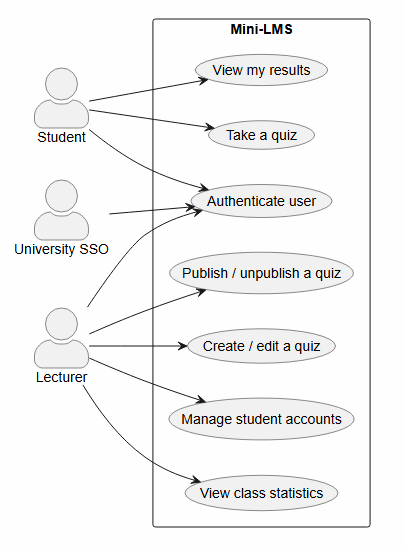
This is docs/diagrams/use-case.png from SE-FDA-NEU-AI66B/AI66B-G3-D3-Mini-LMS, a PlantUML export, as it was before one commit. Its source is kept beside it as docs/diagrams/use-case.puml.
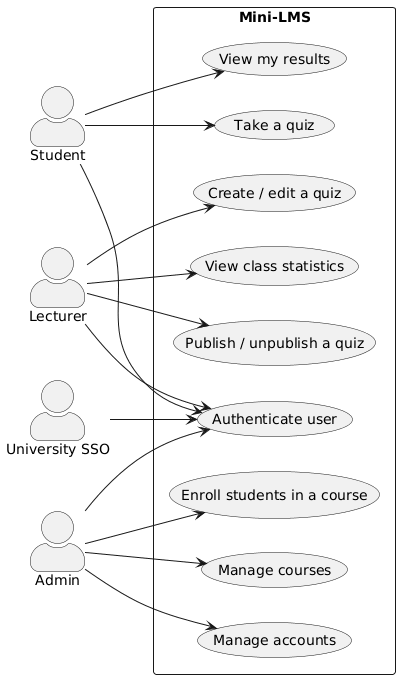
After the change.

Change to the diagram source:
```diff
@@ -5,6 +5,7 @@
 
 actor "Student" as Student
 actor "Lecturer" as Lecturer
+actor "Admin" as Admin
 actor "University SSO" as SSO
 
 rectangle "Mini-LMS" {
@@ -14,7 +15,9 @@
   usecase "Create / edit a quiz" as UC_CreateQuiz
   usecase "Publish / unpublish a quiz" as UC_PublishQuiz
   usecase "View class statistics" as UC_ViewStats
-  usecase "Manage student accounts" as UC_ManageAccounts
+  usecase "Manage accounts" as UC_ManageAccounts
+  usecase "Manage courses" as UC_ManageCourses
+  usecase "Enroll students in a course" as UC_EnrollStudents
 }
 
 Student --> UC_Auth
@@ -25,7 +28,11 @@
 Lecturer --> UC_CreateQuiz
 Lecturer --> UC_PublishQuiz
 Lecturer --> UC_ViewStats
-Lecturer --> UC_ManageAccounts
+
+Admin --> UC_Auth
+Admin --> UC_ManageAccounts
+Admin --> UC_ManageCourses
+Admin --> UC_EnrollStudents
 
 SSO --> UC_Auth
 
```
